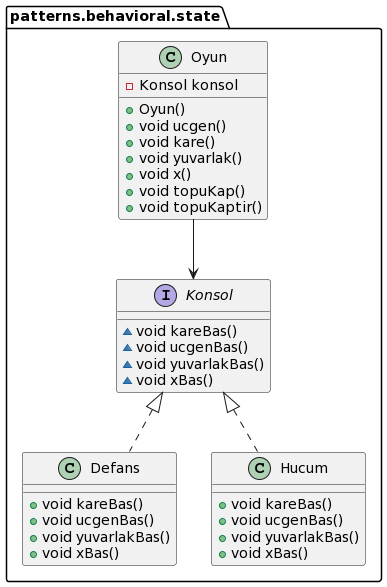
MertBaran/Design-Patterns keeps this PlantUML diagram as umls/behavioral/StateUML.png. Above is the earlier version. Source of this version:
```plantuml
@startuml
class patterns.behavioral.state.Defans {
+ void kareBas()
+ void ucgenBas()
+ void yuvarlakBas()
+ void xBas()
}
class patterns.behavioral.state.Oyun {
- Konsol konsol
+ Oyun()
+ void ucgen()
+ void kare()
+ void yuvarlak()
+ void x()
+ void topuKap()
+ void topuKaptir()
}
interface patterns.behavioral.state.Konsol {
~ void kareBas()
~ void ucgenBas()
~ void yuvarlakBas()
~ void xBas()
}
class patterns.behavioral.state.Hucum {
+ void kareBas()
+ void ucgenBas()
+ void yuvarlakBas()
+ void xBas()
}
patterns.behavioral.state.Oyun --> patterns.behavioral.state.Konsol
patterns.behavioral.state.Konsol <|.. patterns.behavioral.state.Defans
patterns.behavioral.state.Konsol <|.. patterns.behavioral.state.Hucum
@enduml
```
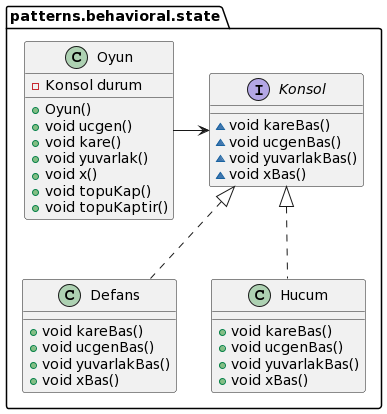
The same file after the commit.

Diff of the diagram source:
```diff
@@ -6,7 +6,7 @@
 + void xBas()
 }
 class patterns.behavioral.state.Oyun {
-- Konsol konsol
+- Konsol durum
 + Oyun()
 + void ucgen()
 + void kare()
@@ -27,7 +27,7 @@
 + void yuvarlakBas()
 + void xBas()
 }
-patterns.behavioral.state.Oyun --> patterns.behavioral.state.Konsol
+patterns.behavioral.state.Oyun -> patterns.behavioral.state.Konsol
 patterns.behavioral.state.Konsol <|.. patterns.behavioral.state.Defans
 patterns.behavioral.state.Konsol <|.. patterns.behavioral.state.Hucum
 @enduml
```
